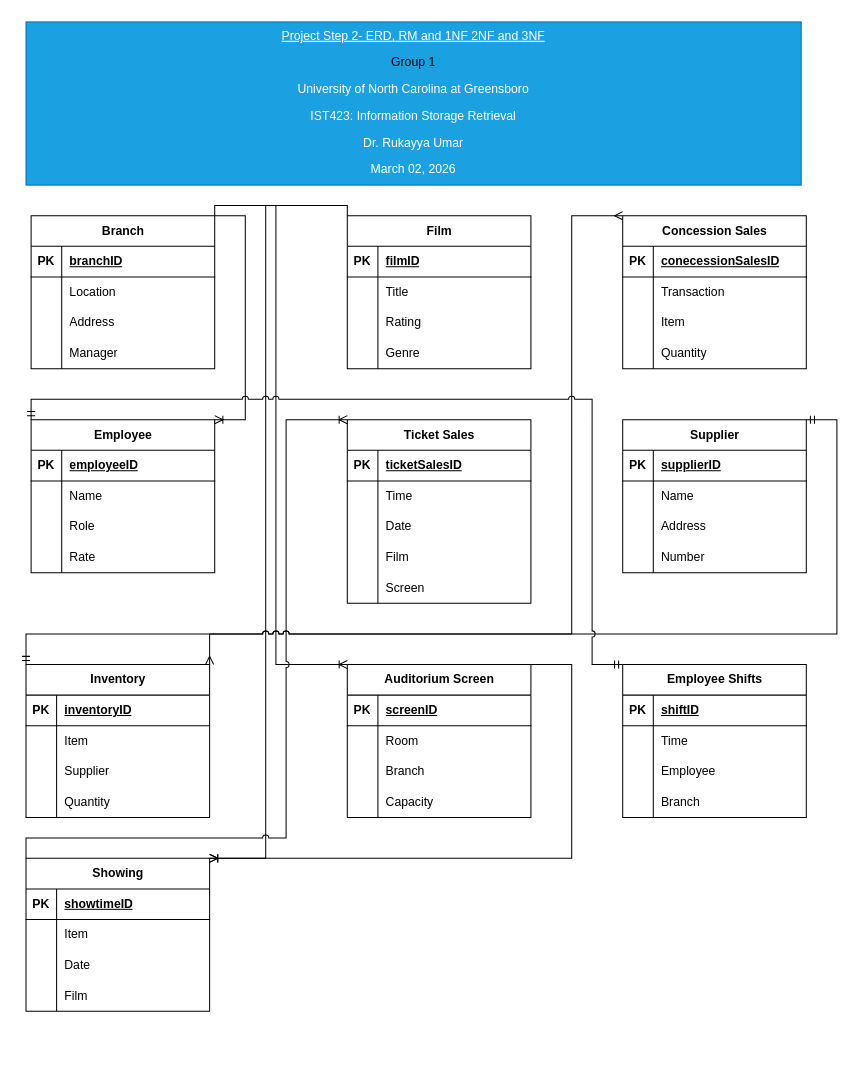
Above: page "RM" (2 of 2) of Group-Topic-Movie_Theater.drawio in bmontessua/IST423 (draw.io), before the change. Source tidied: cells renumbered, new cells numbered last; positions are measured from the earlier drawing's top-left corner, leaving out a move shared by most shapes. Both pictures are drawn from the tidied source at 102%, with x=0, y=0 at pixel (26, 21).
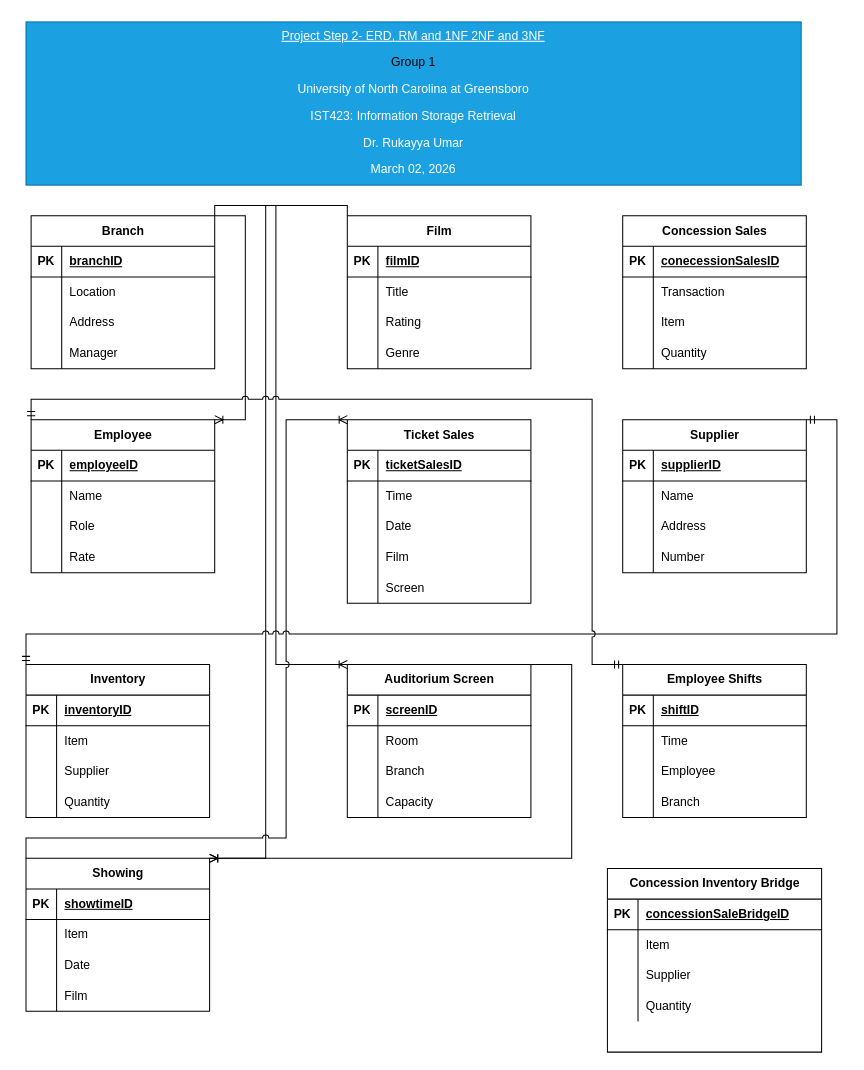
After the change.

The change refers to these unchanged cells:
```xml
<mxCell id="28" value="Concession Sales" style="shape=table;startSize=30;childLayout=tableLayout;rowLines=0;fontStyle=1;align=center;html=1;" parent="1" vertex="1">
  <mxGeometry x="585" y="190" width="180" height="150" as="geometry" />
</mxCell>
<mxCell id="57" value="Inventory" style="shape=table;startSize=30;childLayout=tableLayout;rowLines=0;fontStyle=1;align=center;html=1;" parent="1" vertex="1">
  <mxGeometry y="630" width="180" height="150" as="geometry" />
</mxCell>
```

Diff of the diagram source:
```diff
@@
-    <mxCell id="141" style="edgeStyle=orthogonalEdgeStyle;fontSize=12;html=1;endArrow=ERmany;startArrow=ERmany;rounded=0;entryX=0;entryY=0;entryDx=0;entryDy=0;exitX=1;exitY=0;exitDx=0;exitDy=0;jumpStyle=arc;" parent="1" edge="1" source="57" target="28">
-      <mxGeometry relative="1" as="geometry">
-        <Array as="points">
-          <mxPoint x="180" y="600" />
-          <mxPoint x="535" y="600" />
-          <mxPoint x="535" y="190" />
-        </Array>
-      </mxGeometry>
-    </mxCell>
@@
+    <mxCell id="144" value="Concession Inventory Bridge" style="shape=table;startSize=30;childLayout=tableLayout;rowLines=0;fontStyle=1;align=center;html=1;" parent="1" vertex="1">
+      <mxGeometry x="570" y="830" width="210" height="180" as="geometry" />
+    </mxCell>
+    <mxCell id="145" style="shape=tableRow;horizontal=0;startSize=0;swimlaneHead=0;swimlaneBody=0;fillColor=none;top=0;left=0;right=0;bottom=1;" parent="144" vertex="1">
+      <mxGeometry y="30" width="210" height="30" as="geometry" />
+    </mxCell>
+    <mxCell id="146" value="PK" style="shape=partialRectangle;fillColor=none;top=0;left=0;bottom=0;right=0;fontStyle=1;overflow=hidden;whiteSpace=wrap;html=1;" parent="145" vertex="1">
+      <mxGeometry width="30" height="30" as="geometry" />
+    </mxCell>
+    <mxCell id="147" value="concessionSaleBridgeID" style="shape=partialRectangle;fillColor=none;top=0;left=0;bottom=0;right=0;align=left;spacingLeft=6;fontStyle=5;overflow=hidden;whiteSpace=wrap;html=1;" parent="145" vertex="1">
+      <mxGeometry x="30" width="180" height="30" as="geometry" />
+    </mxCell>
+    <mxCell id="148" style="shape=tableRow;horizontal=0;startSize=0;swimlaneHead=0;swimlaneBody=0;fillColor=none;top=0;left=0;right=0;bottom=0;" parent="144" vertex="1">
+      <mxGeometry y="60" width="210" height="30" as="geometry" />
+    </mxCell>
+    <mxCell id="149" style="shape=partialRectangle;fillColor=none;top=0;left=0;bottom=0;right=0;overflow=hidden;whiteSpace=wrap;html=1;" parent="148" vertex="1">
+      <mxGeometry width="30" height="30" as="geometry" />
+    </mxCell>
+    <mxCell id="150" value="Item" style="shape=partialRectangle;fillColor=none;top=0;left=0;bottom=0;right=0;align=left;spacingLeft=6;overflow=hidden;whiteSpace=wrap;html=1;" parent="148" vertex="1">
+      <mxGeometry x="30" width="180" height="30" as="geometry" />
+    </mxCell>
+    <mxCell id="151" style="shape=tableRow;horizontal=0;startSize=0;swimlaneHead=0;swimlaneBody=0;fillColor=none;top=0;left=0;right=0;bottom=0;" parent="144" vertex="1">
+      <mxGeometry y="90" width="210" height="30" as="geometry" />
+    </mxCell>
+    <mxCell id="152" style="shape=partialRectangle;fillColor=none;top=0;left=0;bottom=0;right=0;overflow=hidden;whiteSpace=wrap;html=1;" parent="151" vertex="1">
+      <mxGeometry width="30" height="30" as="geometry" />
+    </mxCell>
+    <mxCell id="153" value="Supplier" style="shape=partialRectangle;fillColor=none;top=0;left=0;bottom=0;right=0;align=left;spacingLeft=6;overflow=hidden;whiteSpace=wrap;html=1;" parent="151" vertex="1">
+      <mxGeometry x="30" width="180" height="30" as="geometry" />
+    </mxCell>
+    <mxCell id="154" style="shape=tableRow;horizontal=0;startSize=0;swimlaneHead=0;swimlaneBody=0;fillColor=none;top=0;left=0;right=0;bottom=0;" parent="144" vertex="1">
+      <mxGeometry y="120" width="210" height="30" as="geometry" />
+    </mxCell>
+    <mxCell id="155" style="shape=partialRectangle;fillColor=none;top=0;left=0;bottom=0;right=0;overflow=hidden;whiteSpace=wrap;html=1;" parent="154" vertex="1">
+      <mxGeometry width="30" height="30" as="geometry" />
+    </mxCell>
+    <mxCell id="156" value="Quantity" style="shape=partialRectangle;fillColor=none;top=0;left=0;bottom=0;right=0;align=left;spacingLeft=6;overflow=hidden;whiteSpace=wrap;html=1;" parent="154" vertex="1">
+      <mxGeometry x="30" width="180" height="30" as="geometry" />
+    </mxCell>
```
